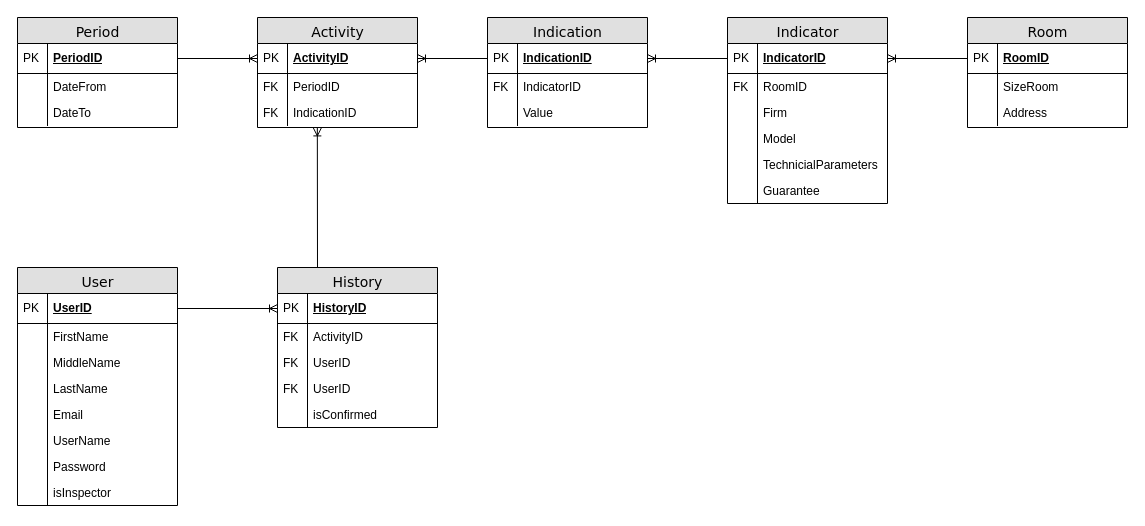
Above: ER-WaterIndication.drawio in duxa2089/entity-relationship-model (draw.io), before the change. Source tidied: cells renumbered, new cells numbered last; positions are measured from the earlier drawing's top-left corner, leaving out a move shared by most shapes. Both pictures are drawn from the tidied source at 100%, with x=0, y=0 at pixel (17, 17).
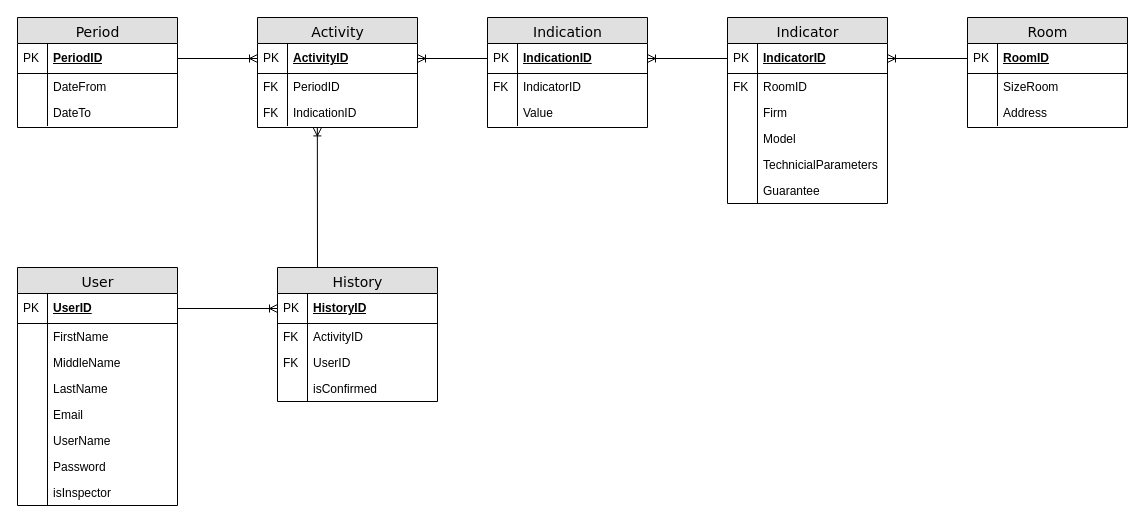
The same page after the edit.

Change to the diagram source:
```diff
@@
     <mxCell id="48" value="History" style="swimlane;html=1;fontStyle=0;horizontal=1;startSize=26;fillColor=#e0e0e0;swimlaneFillColor=#ffffff;align=center;rounded=0;shadow=0;comic=0;labelBackgroundColor=none;strokeColor=#000000;strokeWidth=1;fontFamily=Verdana;fontSize=14;fontColor=#000000;swimlaneLine=1;verticalAlign=top;" parent="1" vertex="1">
-      <mxGeometry x="260" y="250" width="160" height="160" as="geometry" />
+      <mxGeometry x="260" y="250" width="160" height="134" as="geometry" />
     </mxCell>
@@
-    <mxCell id="55" value="UserID" style="shape=partialRectangle;top=0;left=0;right=0;bottom=0;html=1;align=left;verticalAlign=top;fillColor=none;spacingLeft=34;spacingRight=4;whiteSpace=wrap;overflow=hidden;" parent="48" vertex="1">
-      <mxGeometry y="108" width="160" height="26" as="geometry" />
-    </mxCell>
-    <mxCell id="56" value="FK" style="shape=partialRectangle;top=0;left=0;bottom=0;html=1;fillColor=none;align=left;verticalAlign=top;spacingLeft=4;spacingRight=4;whiteSpace=wrap;overflow=hidden;" parent="55" vertex="1">
-      <mxGeometry width="30" height="26" as="geometry" />
-    </mxCell>
     <mxCell id="57" value="isConfirmed" style="shape=partialRectangle;top=0;left=0;right=0;bottom=0;html=1;align=left;verticalAlign=top;fillColor=none;spacingLeft=34;spacingRight=4;whiteSpace=wrap;overflow=hidden;" parent="48" vertex="1">
-      <mxGeometry y="134" width="160" height="26" as="geometry" />
+      <mxGeometry y="108" width="160" height="26" as="geometry" />
     </mxCell>
```
